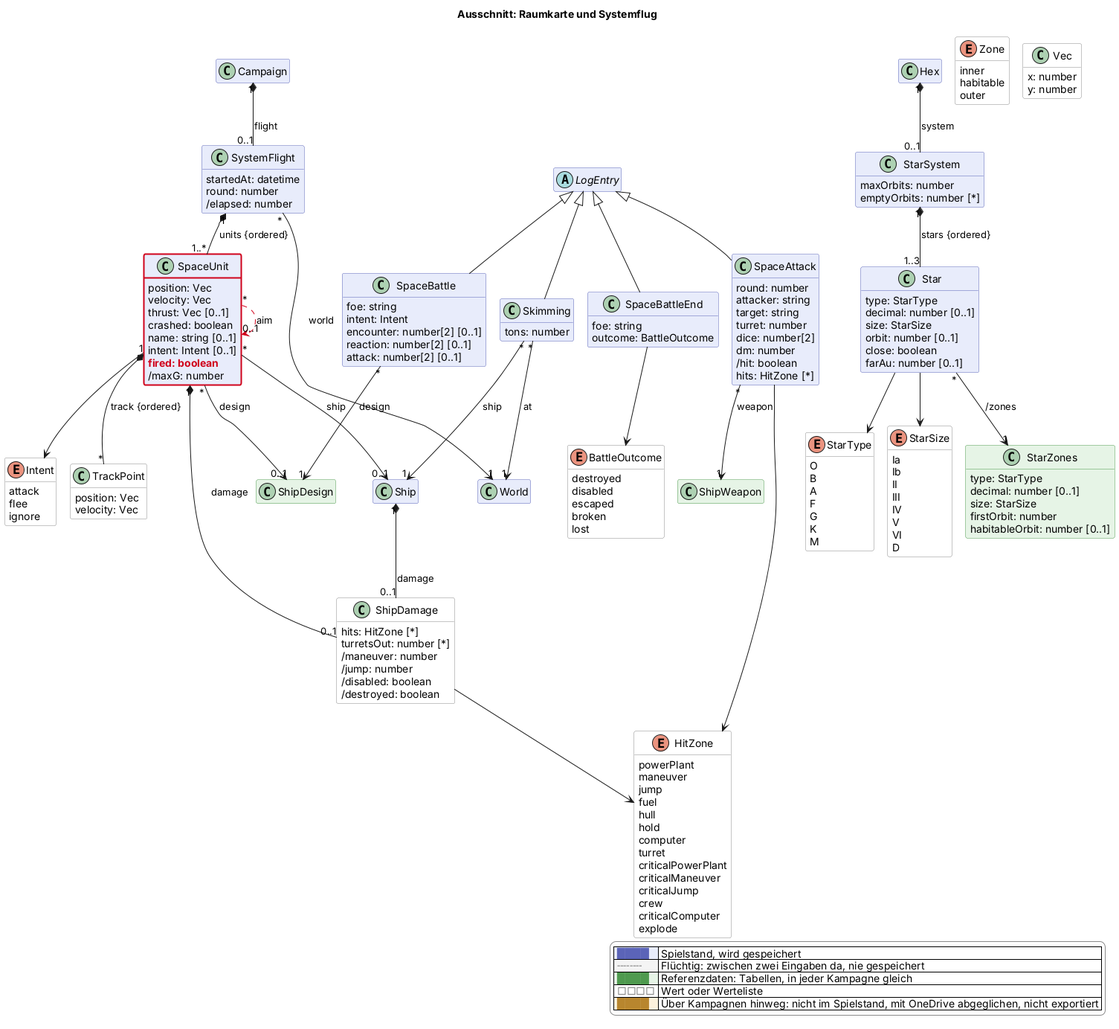
The PlantUML diagram docs/views/raum.png in scuzzar/SRE, before a commit.
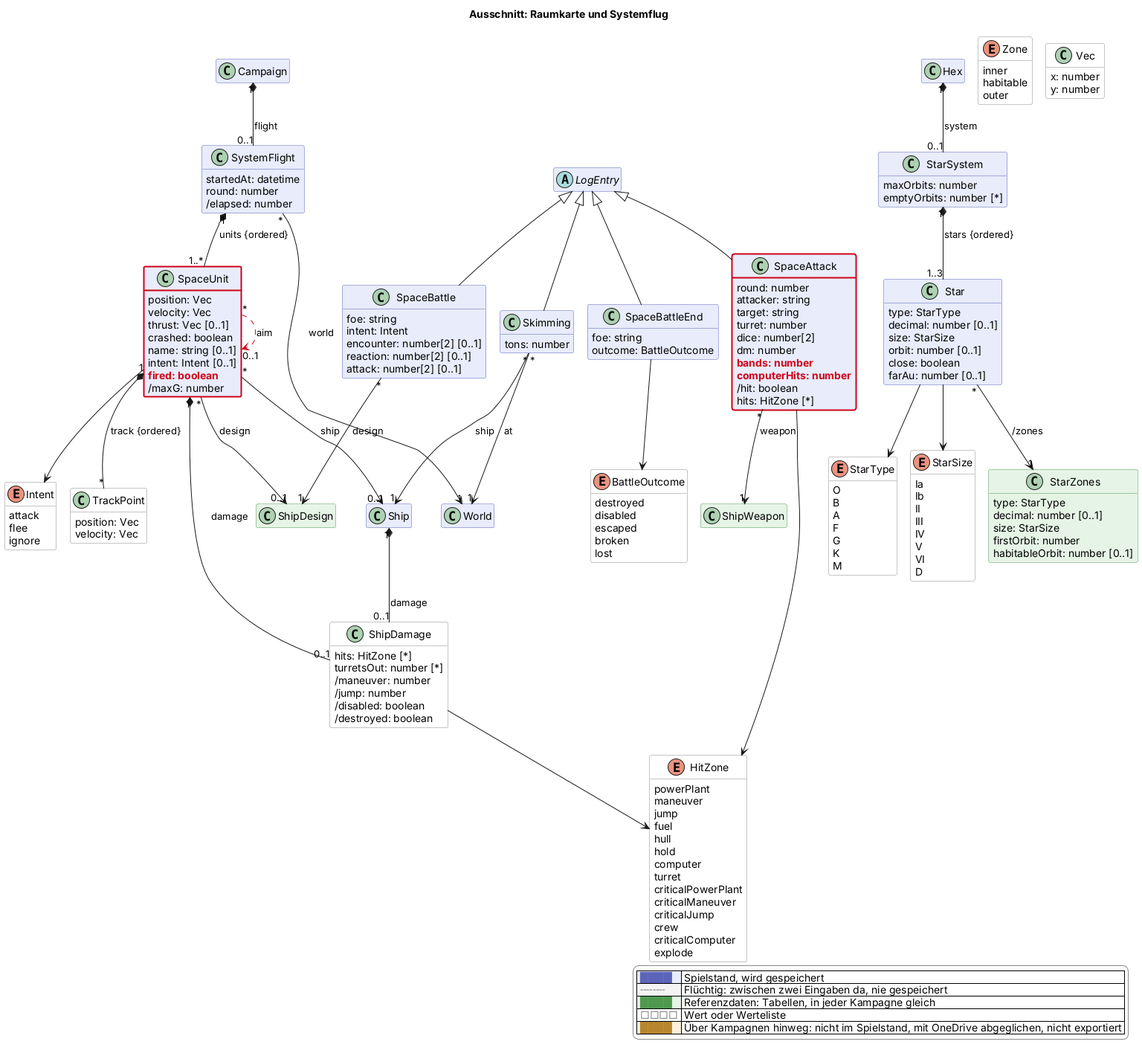
After the commit.

Diff of the diagram source:
```diff
@@ -169,6 +169,8 @@
     turret: number
     dice: number[2]
     dm: number
+    $new("2026-11-21e", "bands: number")
+    $new("2026-11-21e", "computerHits: number")
     /hit: boolean
     hits: HitZone [*]
   }
@@ -260,5 +262,6 @@
   |<#ffffff> <color:#8a8a8a>□□□□</color> | Wert oder Werteliste |
   |<#fdf1dc> <color:#b8862e>████</color> | Über Kampagnen hinweg: nicht im Spielstand, mit OneDrive abgeglichen, nicht exportiert |
 endlegend
+class SpaceAttack #line:d0021b;line.bold
 class SpaceUnit #line:d0021b;line.bold
 @enduml
```
